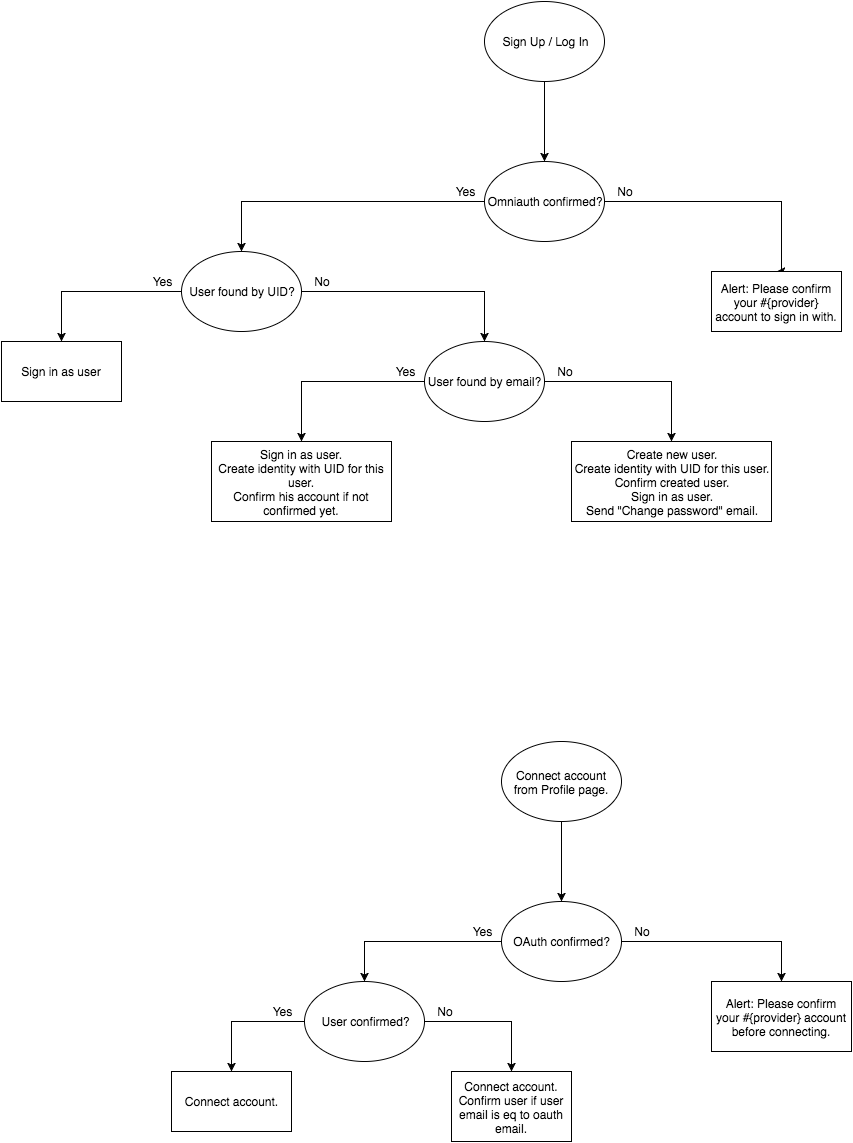
Above: authentication-via-social-networks/omniauth-schema.png in FlatstackSchool/rails-examples (draw.io), before the change. Source tidied: cells renumbered, new cells last; positions are measured from the earlier drawing's top-left corner, leaving out a move shared by most shapes. Its diagram source:
```xml
<mxGraphModel background="#ffffff">
  <root>
    <mxCell id="0" />
    <mxCell id="1" parent="0" />
    <mxCell id="2" style="edgeStyle=orthogonalEdgeStyle;rounded=0;html=1;jettySize=auto;" parent="1" edge="1" source="3" target="6">
      <mxGeometry relative="1" as="geometry" />
    </mxCell>
    <mxCell id="3" value="Sign Up / Log In" style="ellipse;whiteSpace=wrap;html=1;" parent="1" vertex="1">
      <mxGeometry x="483" width="120" height="80" as="geometry" />
    </mxCell>
    <mxCell id="4" style="edgeStyle=orthogonalEdgeStyle;rounded=0;html=1;jettySize=auto;" parent="1" edge="1" source="6" target="9">
      <mxGeometry relative="1" as="geometry" />
    </mxCell>
    <mxCell id="5" style="edgeStyle=orthogonalEdgeStyle;rounded=0;html=1;jettySize=auto;entryX=0.5;entryY=0;" parent="1" edge="1" source="6" target="21">
      <mxGeometry relative="1" as="geometry">
        <Array as="points">
          <mxPoint x="780" y="200" />
        </Array>
      </mxGeometry>
    </mxCell>
    <mxCell id="6" value="Omniauth confirmed?" style="ellipse;whiteSpace=wrap;html=1;" parent="1" vertex="1">
      <mxGeometry x="483" y="160" width="120" height="80" as="geometry" />
    </mxCell>
    <mxCell id="7" style="edgeStyle=orthogonalEdgeStyle;rounded=0;html=1;jettySize=auto;entryX=0.5;entryY=0;" parent="1" edge="1" source="9" target="15">
      <mxGeometry relative="1" as="geometry">
        <Array as="points">
          <mxPoint x="60" y="290" />
        </Array>
      </mxGeometry>
    </mxCell>
    <mxCell id="8" style="edgeStyle=orthogonalEdgeStyle;rounded=0;html=1;jettySize=auto;" parent="1" edge="1" source="9" target="12">
      <mxGeometry relative="1" as="geometry" />
    </mxCell>
    <mxCell id="9" value="User found by UID?" style="ellipse;whiteSpace=wrap;html=1;" parent="1" vertex="1">
      <mxGeometry x="180" y="250" width="120" height="80" as="geometry" />
    </mxCell>
    <mxCell id="10" style="edgeStyle=orthogonalEdgeStyle;rounded=0;html=1;jettySize=auto;entryX=0.5;entryY=0;" parent="1" edge="1" source="12" target="34">
      <mxGeometry relative="1" as="geometry">
        <Array as="points">
          <mxPoint x="300" y="380" />
        </Array>
      </mxGeometry>
    </mxCell>
    <mxCell id="11" style="edgeStyle=orthogonalEdgeStyle;rounded=0;html=1;jettySize=auto;entryX=0.5;entryY=0;" parent="1" edge="1" source="12" target="19">
      <mxGeometry relative="1" as="geometry">
        <Array as="points">
          <mxPoint x="670" y="380" />
        </Array>
      </mxGeometry>
    </mxCell>
    <mxCell id="12" value="User found by email&lt;span style=&quot;line-height: 1.2&quot;&gt;?&lt;/span&gt;" style="ellipse;whiteSpace=wrap;html=1;" parent="1" vertex="1">
      <mxGeometry x="423" y="340" width="120" height="80" as="geometry" />
    </mxCell>
    <mxCell id="13" value="Yes" style="text;html=1;strokeColor=none;fillColor=none;align=center;verticalAlign=middle;whiteSpace=wrap;overflow=hidden;" parent="1" vertex="1">
      <mxGeometry x="443" y="180" width="40" height="20" as="geometry" />
    </mxCell>
    <mxCell id="14" value="Yes" style="text;html=1;strokeColor=none;fillColor=none;align=center;verticalAlign=middle;whiteSpace=wrap;overflow=hidden;" parent="1" vertex="1">
      <mxGeometry x="140" y="270" width="40" height="20" as="geometry" />
    </mxCell>
    <mxCell id="15" value="Sign in as user" style="whiteSpace=wrap;html=1;" parent="1" vertex="1">
      <mxGeometry y="340" width="120" height="60" as="geometry" />
    </mxCell>
    <mxCell id="16" value="No" style="text;html=1;strokeColor=none;fillColor=none;align=center;verticalAlign=middle;whiteSpace=wrap;overflow=hidden;" parent="1" vertex="1">
      <mxGeometry x="300" y="270" width="40" height="20" as="geometry" />
    </mxCell>
    <mxCell id="17" value="Yes" style="text;html=1;strokeColor=none;fillColor=none;align=center;verticalAlign=middle;whiteSpace=wrap;overflow=hidden;" parent="1" vertex="1">
      <mxGeometry x="383" y="360" width="40" height="20" as="geometry" />
    </mxCell>
    <mxCell id="18" value="No" style="text;html=1;strokeColor=none;fillColor=none;align=center;verticalAlign=middle;whiteSpace=wrap;overflow=hidden;" parent="1" vertex="1">
      <mxGeometry x="543" y="360" width="40" height="20" as="geometry" />
    </mxCell>
    <mxCell id="19" value="Create new user.&lt;div&gt;&lt;div&gt;Create identity with UID for this user.&lt;/div&gt;&lt;div&gt;Confirm created user.&lt;/div&gt;&lt;div&gt;Sign in as user.&lt;/div&gt;&lt;/div&gt;&lt;div&gt;Send &quot;Change password&quot; email.&lt;/div&gt;" style="whiteSpace=wrap;html=1;" parent="1" vertex="1">
      <mxGeometry x="570" y="440" width="200" height="80" as="geometry" />
    </mxCell>
    <mxCell id="20" value="No" style="text;html=1;strokeColor=none;fillColor=none;align=center;verticalAlign=middle;whiteSpace=wrap;overflow=hidden;" parent="1" vertex="1">
      <mxGeometry x="603" y="180" width="40" height="20" as="geometry" />
    </mxCell>
    <mxCell id="21" value="Alert: Please confirm your #{provider} account to sign in with." style="whiteSpace=wrap;html=1;" parent="1" vertex="1">
      <mxGeometry x="710" y="270" width="130" height="60" as="geometry" />
    </mxCell>
    <mxCell id="22" style="edgeStyle=orthogonalEdgeStyle;rounded=0;html=1;jettySize=auto;" parent="1" edge="1" source="23" target="26">
      <mxGeometry relative="1" as="geometry" />
    </mxCell>
    <mxCell id="23" value="Connect account from Profile page." style="ellipse;whiteSpace=wrap;html=1;" parent="1" vertex="1">
      <mxGeometry x="500" y="740" width="120" height="80" as="geometry" />
    </mxCell>
    <mxCell id="24" style="edgeStyle=orthogonalEdgeStyle;rounded=0;html=1;jettySize=auto;entryX=0.5;entryY=0;" parent="1" edge="1" source="26" target="29">
      <mxGeometry relative="1" as="geometry">
        <Array as="points">
          <mxPoint x="363" y="940" />
        </Array>
      </mxGeometry>
    </mxCell>
    <mxCell id="25" style="edgeStyle=orthogonalEdgeStyle;rounded=0;html=1;jettySize=auto;entryX=0.5;entryY=0;" parent="1" edge="1" source="26" target="32">
      <mxGeometry relative="1" as="geometry">
        <Array as="points">
          <mxPoint x="780" y="940" />
        </Array>
      </mxGeometry>
    </mxCell>
    <mxCell id="26" value="OAuth confirmed?" style="ellipse;whiteSpace=wrap;html=1;" parent="1" vertex="1">
      <mxGeometry x="500" y="900" width="120" height="80" as="geometry" />
    </mxCell>
    <mxCell id="27" style="edgeStyle=orthogonalEdgeStyle;rounded=0;html=1;jettySize=auto;entryX=0.5;entryY=0;" parent="1" edge="1" source="29" target="35">
      <mxGeometry relative="1" as="geometry">
        <Array as="points">
          <mxPoint x="510" y="1020" />
        </Array>
      </mxGeometry>
    </mxCell>
    <mxCell id="28" style="edgeStyle=orthogonalEdgeStyle;rounded=0;html=1;jettySize=auto;entryX=0.5;entryY=0;" parent="1" edge="1" source="29" target="37">
      <mxGeometry relative="1" as="geometry">
        <Array as="points">
          <mxPoint x="230" y="1020" />
        </Array>
      </mxGeometry>
    </mxCell>
    <mxCell id="29" value="User confirmed?" style="ellipse;whiteSpace=wrap;html=1;" parent="1" vertex="1">
      <mxGeometry x="303" y="980" width="120" height="80" as="geometry" />
    </mxCell>
    <mxCell id="30" value="Yes" style="text;html=1;strokeColor=none;fillColor=none;align=center;verticalAlign=middle;whiteSpace=wrap;overflow=hidden;" parent="1" vertex="1">
      <mxGeometry x="460" y="920" width="40" height="20" as="geometry" />
    </mxCell>
    <mxCell id="31" value="No" style="text;html=1;strokeColor=none;fillColor=none;align=center;verticalAlign=middle;whiteSpace=wrap;overflow=hidden;" parent="1" vertex="1">
      <mxGeometry x="620" y="920" width="40" height="20" as="geometry" />
    </mxCell>
    <mxCell id="32" value="Alert: Please confirm your #&lt;span&gt;{provider}&amp;nbsp;&lt;/span&gt;account before&amp;nbsp;connecting." style="whiteSpace=wrap;html=1;" parent="1" vertex="1">
      <mxGeometry x="710" y="980" width="140" height="70" as="geometry" />
    </mxCell>
    <mxCell id="33" value="No" style="text;html=1;strokeColor=none;fillColor=none;align=center;verticalAlign=middle;whiteSpace=wrap;overflow=hidden;" parent="1" vertex="1">
      <mxGeometry x="423" y="1000" width="40" height="20" as="geometry" />
    </mxCell>
    <mxCell id="34" value="&lt;span&gt;Sign in as user.&lt;/span&gt;&lt;div&gt;Create identity with UID for this user.&lt;/div&gt;&lt;div&gt;&lt;span&gt;Confirm his account if not confirmed yet.&lt;/span&gt;&lt;br&gt;&lt;/div&gt;" style="whiteSpace=wrap;html=1;" parent="1" vertex="1">
      <mxGeometry x="210" y="440" width="180" height="80" as="geometry" />
    </mxCell>
    <mxCell id="35" value="&lt;span&gt;Connect account.&lt;/span&gt;&lt;div&gt;&lt;span&gt;Confirm user if user email is eq to oauth email.&lt;/span&gt;&lt;/div&gt;" style="whiteSpace=wrap;html=1;" parent="1" vertex="1">
      <mxGeometry x="450" y="1070" width="120" height="70" as="geometry" />
    </mxCell>
    <mxCell id="36" value="Yes" style="text;html=1;strokeColor=none;fillColor=none;align=center;verticalAlign=middle;whiteSpace=wrap;overflow=hidden;" parent="1" vertex="1">
      <mxGeometry x="260" y="1000" width="40" height="20" as="geometry" />
    </mxCell>
    <mxCell id="37" value="&lt;span&gt;Connect account.&lt;/span&gt;" style="whiteSpace=wrap;html=1;" parent="1" vertex="1">
      <mxGeometry x="170" y="1070" width="120" height="60" as="geometry" />
    </mxCell>
  </root>
</mxGraphModel>
```
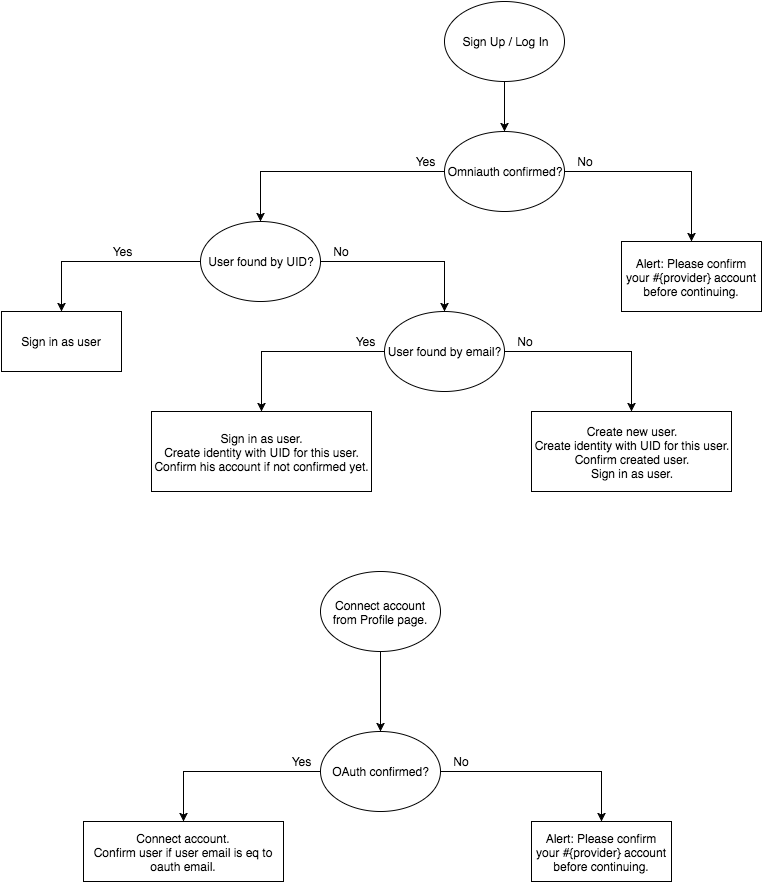
Later version of the same file.

Commit message:
update omniauth-schema file

Change to the diagram source:
```diff
@@ -6,7 +6,7 @@
       <mxGeometry relative="1" as="geometry" />
     </mxCell>
     <mxCell id="3" value="Sign Up / Log In" style="ellipse;whiteSpace=wrap;html=1;" parent="1" vertex="1">
-      <mxGeometry x="483" width="120" height="80" as="geometry" />
+      <mxGeometry x="613" y="70" width="120" height="80" as="geometry" />
     </mxCell>
     <mxCell id="4" style="edgeStyle=orthogonalEdgeStyle;rounded=0;html=1;jettySize=auto;" parent="1" edge="1" source="6" target="9">
       <mxGeometry relative="1" as="geometry" />
@@ -14,17 +14,17 @@
     <mxCell id="5" style="edgeStyle=orthogonalEdgeStyle;rounded=0;html=1;jettySize=auto;entryX=0.5;entryY=0;" parent="1" edge="1" source="6" target="21">
       <mxGeometry relative="1" as="geometry">
         <Array as="points">
-          <mxPoint x="780" y="200" />
+          <mxPoint x="860" y="240" />
         </Array>
       </mxGeometry>
     </mxCell>
     <mxCell id="6" value="Omniauth confirmed?" style="ellipse;whiteSpace=wrap;html=1;" parent="1" vertex="1">
-      <mxGeometry x="483" y="160" width="120" height="80" as="geometry" />
+      <mxGeometry x="613" y="200" width="120" height="80" as="geometry" />
     </mxCell>
     <mxCell id="7" style="edgeStyle=orthogonalEdgeStyle;rounded=0;html=1;jettySize=auto;entryX=0.5;entryY=0;" parent="1" edge="1" source="9" target="15">
       <mxGeometry relative="1" as="geometry">
         <Array as="points">
-          <mxPoint x="60" y="290" />
+          <mxPoint x="230" y="330" />
         </Array>
       </mxGeometry>
     </mxCell>
@@ -32,115 +32,89 @@
       <mxGeometry relative="1" as="geometry" />
     </mxCell>
     <mxCell id="9" value="User found by UID?" style="ellipse;whiteSpace=wrap;html=1;" parent="1" vertex="1">
-      <mxGeometry x="180" y="250" width="120" height="80" as="geometry" />
+      <mxGeometry x="369" y="290" width="120" height="80" as="geometry" />
     </mxCell>
     <mxCell id="10" style="edgeStyle=orthogonalEdgeStyle;rounded=0;html=1;jettySize=auto;entryX=0.5;entryY=0;" parent="1" edge="1" source="12" target="34">
       <mxGeometry relative="1" as="geometry">
         <Array as="points">
-          <mxPoint x="300" y="380" />
+          <mxPoint x="430" y="420" />
         </Array>
       </mxGeometry>
     </mxCell>
     <mxCell id="11" style="edgeStyle=orthogonalEdgeStyle;rounded=0;html=1;jettySize=auto;entryX=0.5;entryY=0;" parent="1" edge="1" source="12" target="19">
       <mxGeometry relative="1" as="geometry">
         <Array as="points">
-          <mxPoint x="670" y="380" />
+          <mxPoint x="800" y="420" />
         </Array>
       </mxGeometry>
     </mxCell>
     <mxCell id="12" value="User found by email&lt;span style=&quot;line-height: 1.2&quot;&gt;?&lt;/span&gt;" style="ellipse;whiteSpace=wrap;html=1;" parent="1" vertex="1">
-      <mxGeometry x="423" y="340" width="120" height="80" as="geometry" />
+      <mxGeometry x="553" y="380" width="120" height="80" as="geometry" />
     </mxCell>
     <mxCell id="13" value="Yes" style="text;html=1;strokeColor=none;fillColor=none;align=center;verticalAlign=middle;whiteSpace=wrap;overflow=hidden;" parent="1" vertex="1">
-      <mxGeometry x="443" y="180" width="40" height="20" as="geometry" />
+      <mxGeometry x="573" y="220" width="40" height="20" as="geometry" />
     </mxCell>
     <mxCell id="14" value="Yes" style="text;html=1;strokeColor=none;fillColor=none;align=center;verticalAlign=middle;whiteSpace=wrap;overflow=hidden;" parent="1" vertex="1">
-      <mxGeometry x="140" y="270" width="40" height="20" as="geometry" />
+      <mxGeometry x="270" y="310" width="40" height="20" as="geometry" />
     </mxCell>
     <mxCell id="15" value="Sign in as user" style="whiteSpace=wrap;html=1;" parent="1" vertex="1">
-      <mxGeometry y="340" width="120" height="60" as="geometry" />
+      <mxGeometry x="170" y="380" width="120" height="60" as="geometry" />
     </mxCell>
     <mxCell id="16" value="No" style="text;html=1;strokeColor=none;fillColor=none;align=center;verticalAlign=middle;whiteSpace=wrap;overflow=hidden;" parent="1" vertex="1">
-      <mxGeometry x="300" y="270" width="40" height="20" as="geometry" />
+      <mxGeometry x="489" y="310" width="40" height="20" as="geometry" />
     </mxCell>
     <mxCell id="17" value="Yes" style="text;html=1;strokeColor=none;fillColor=none;align=center;verticalAlign=middle;whiteSpace=wrap;overflow=hidden;" parent="1" vertex="1">
-      <mxGeometry x="383" y="360" width="40" height="20" as="geometry" />
+      <mxGeometry x="513" y="400" width="40" height="20" as="geometry" />
     </mxCell>
     <mxCell id="18" value="No" style="text;html=1;strokeColor=none;fillColor=none;align=center;verticalAlign=middle;whiteSpace=wrap;overflow=hidden;" parent="1" vertex="1">
-      <mxGeometry x="543" y="360" width="40" height="20" as="geometry" />
+      <mxGeometry x="673" y="400" width="40" height="20" as="geometry" />
     </mxCell>
-    <mxCell id="19" value="Create new user.&lt;div&gt;&lt;div&gt;Create identity with UID for this user.&lt;/div&gt;&lt;div&gt;Confirm created user.&lt;/div&gt;&lt;div&gt;Sign in as user.&lt;/div&gt;&lt;/div&gt;&lt;div&gt;Send &quot;Change password&quot; email.&lt;/div&gt;" style="whiteSpace=wrap;html=1;" parent="1" vertex="1">
-      <mxGeometry x="570" y="440" width="200" height="80" as="geometry" />
+    <mxCell id="19" value="Create new user.&lt;div&gt;&lt;div&gt;Create identity with UID for this user.&lt;/div&gt;&lt;div&gt;Confirm created user.&lt;/div&gt;&lt;div&gt;Sign in as user.&lt;/div&gt;&lt;/div&gt;" style="whiteSpace=wrap;html=1;" parent="1" vertex="1">
+      <mxGeometry x="700" y="480" width="200" height="80" as="geometry" />
     </mxCell>
     <mxCell id="20" value="No" style="text;html=1;strokeColor=none;fillColor=none;align=center;verticalAlign=middle;whiteSpace=wrap;overflow=hidden;" parent="1" vertex="1">
-      <mxGeometry x="603" y="180" width="40" height="20" as="geometry" />
+      <mxGeometry x="733" y="220" width="40" height="20" as="geometry" />
     </mxCell>
-    <mxCell id="21" value="Alert: Please confirm your #{provider} account to sign in with." style="whiteSpace=wrap;html=1;" parent="1" vertex="1">
-      <mxGeometry x="710" y="270" width="130" height="60" as="geometry" />
+    <mxCell id="21" value="Alert: Please confirm your #{provider} account before continuing." style="whiteSpace=wrap;html=1;" parent="1" vertex="1">
+      <mxGeometry x="790" y="310" width="140" height="70" as="geometry" />
     </mxCell>
     <mxCell id="22" style="edgeStyle=orthogonalEdgeStyle;rounded=0;html=1;jettySize=auto;" parent="1" edge="1" source="23" target="26">
       <mxGeometry relative="1" as="geometry" />
     </mxCell>
     <mxCell id="23" value="Connect account from Profile page." style="ellipse;whiteSpace=wrap;html=1;" parent="1" vertex="1">
-      <mxGeometry x="500" y="740" width="120" height="80" as="geometry" />
+      <mxGeometry x="489" y="640" width="120" height="80" as="geometry" />
     </mxCell>
-    <mxCell id="24" style="edgeStyle=orthogonalEdgeStyle;rounded=0;html=1;jettySize=auto;entryX=0.5;entryY=0;" parent="1" edge="1" source="26" target="29">
+    <mxCell id="24" style="edgeStyle=orthogonalEdgeStyle;rounded=0;html=1;jettySize=auto;entryX=0.5;entryY=0;" parent="1" edge="1" source="26" target="35">
       <mxGeometry relative="1" as="geometry">
         <Array as="points">
-          <mxPoint x="363" y="940" />
+          <mxPoint x="352" y="840" />
         </Array>
       </mxGeometry>
     </mxCell>
     <mxCell id="25" style="edgeStyle=orthogonalEdgeStyle;rounded=0;html=1;jettySize=auto;entryX=0.5;entryY=0;" parent="1" edge="1" source="26" target="32">
       <mxGeometry relative="1" as="geometry">
         <Array as="points">
-          <mxPoint x="780" y="940" />
+          <mxPoint x="770" y="840" />
         </Array>
       </mxGeometry>
     </mxCell>
     <mxCell id="26" value="OAuth confirmed?" style="ellipse;whiteSpace=wrap;html=1;" parent="1" vertex="1">
-      <mxGeometry x="500" y="900" width="120" height="80" as="geometry" />
+      <mxGeometry x="489" y="800" width="120" height="80" as="geometry" />
     </mxCell>
-    <mxCell id="27" style="edgeStyle=orthogonalEdgeStyle;rounded=0;html=1;jettySize=auto;entryX=0.5;entryY=0;" parent="1" edge="1" source="29" target="35">
-      <mxGeometry relative="1" as="geometry">
-        <Array as="points">
-          <mxPoint x="510" y="1020" />
-        </Array>
-      </mxGeometry>
-    </mxCell>
-    <mxCell id="28" style="edgeStyle=orthogonalEdgeStyle;rounded=0;html=1;jettySize=auto;entryX=0.5;entryY=0;" parent="1" edge="1" source="29" target="37">
-      <mxGeometry relative="1" as="geometry">
-        <Array as="points">
-          <mxPoint x="230" y="1020" />
-        </Array>
-      </mxGeometry>
-    </mxCell>
-    <mxCell id="29" value="User confirmed?" style="ellipse;whiteSpace=wrap;html=1;" parent="1" vertex="1">
-      <mxGeometry x="303" y="980" width="120" height="80" as="geometry" />
-    </mxCell>
     <mxCell id="30" value="Yes" style="text;html=1;strokeColor=none;fillColor=none;align=center;verticalAlign=middle;whiteSpace=wrap;overflow=hidden;" parent="1" vertex="1">
-      <mxGeometry x="460" y="920" width="40" height="20" as="geometry" />
+      <mxGeometry x="449" y="820" width="40" height="20" as="geometry" />
     </mxCell>
     <mxCell id="31" value="No" style="text;html=1;strokeColor=none;fillColor=none;align=center;verticalAlign=middle;whiteSpace=wrap;overflow=hidden;" parent="1" vertex="1">
-      <mxGeometry x="620" y="920" width="40" height="20" as="geometry" />
+      <mxGeometry x="609" y="820" width="40" height="20" as="geometry" />
     </mxCell>
+    <mxCell id="35" value="Connect account.&lt;div&gt;Confirm user if user email is eq to oauth email.&lt;/div&gt;" style="whiteSpace=wrap;html=1;" parent="1" vertex="1">
+      <mxGeometry x="252" y="890" width="200" height="60" as="geometry" />
+    </mxCell>
-    <mxCell id="32" value="Alert: Please confirm your #&lt;span&gt;{provider}&amp;nbsp;&lt;/span&gt;account before&amp;nbsp;connecting." style="whiteSpace=wrap;html=1;" parent="1" vertex="1">
-      <mxGeometry x="710" y="980" width="140" height="70" as="geometry" />
+    <mxCell id="32" value="Alert: Please confirm your #{provider} account before continuing." style="whiteSpace=wrap;html=1;" parent="1" vertex="1">
+      <mxGeometry x="700" y="890" width="140" height="60" as="geometry" />
     </mxCell>
-    <mxCell id="33" value="No" style="text;html=1;strokeColor=none;fillColor=none;align=center;verticalAlign=middle;whiteSpace=wrap;overflow=hidden;" parent="1" vertex="1">
-      <mxGeometry x="423" y="1000" width="40" height="20" as="geometry" />
-    </mxCell>
     <mxCell id="34" value="&lt;span&gt;Sign in as user.&lt;/span&gt;&lt;div&gt;Create identity with UID for this user.&lt;/div&gt;&lt;div&gt;&lt;span&gt;Confirm his account if not confirmed yet.&lt;/span&gt;&lt;br&gt;&lt;/div&gt;" style="whiteSpace=wrap;html=1;" parent="1" vertex="1">
-      <mxGeometry x="210" y="440" width="180" height="80" as="geometry" />
+      <mxGeometry x="320" y="480" width="220" height="80" as="geometry" />
     </mxCell>
-    <mxCell id="35" value="&lt;span&gt;Connect account.&lt;/span&gt;&lt;div&gt;&lt;span&gt;Confirm user if user email is eq to oauth email.&lt;/span&gt;&lt;/div&gt;" style="whiteSpace=wrap;html=1;" parent="1" vertex="1">
-      <mxGeometry x="450" y="1070" width="120" height="70" as="geometry" />
-    </mxCell>
-    <mxCell id="36" value="Yes" style="text;html=1;strokeColor=none;fillColor=none;align=center;verticalAlign=middle;whiteSpace=wrap;overflow=hidden;" parent="1" vertex="1">
-      <mxGeometry x="260" y="1000" width="40" height="20" as="geometry" />
-    </mxCell>
-    <mxCell id="37" value="&lt;span&gt;Connect account.&lt;/span&gt;" style="whiteSpace=wrap;html=1;" parent="1" vertex="1">
-      <mxGeometry x="170" y="1070" width="120" height="60" as="geometry" />
-    </mxCell>
   </root>
 </mxGraphModel>
```
